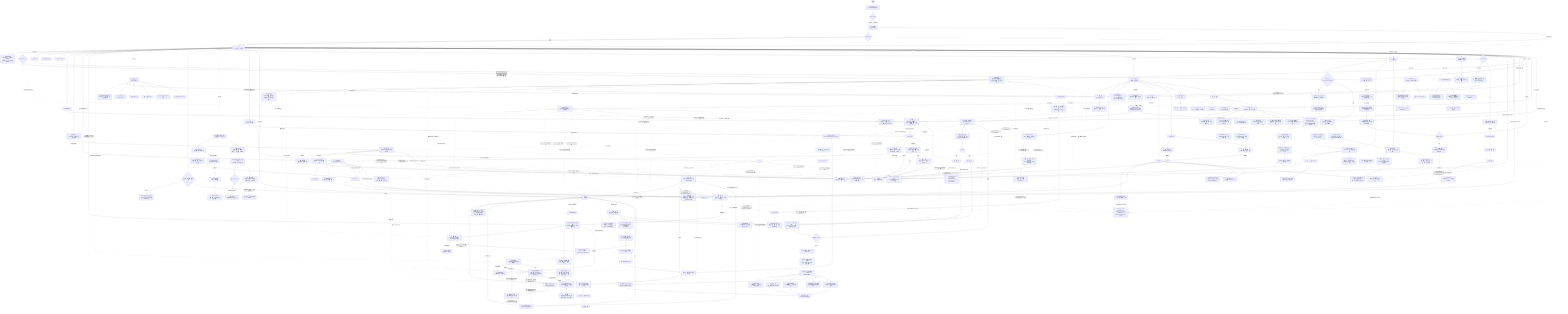
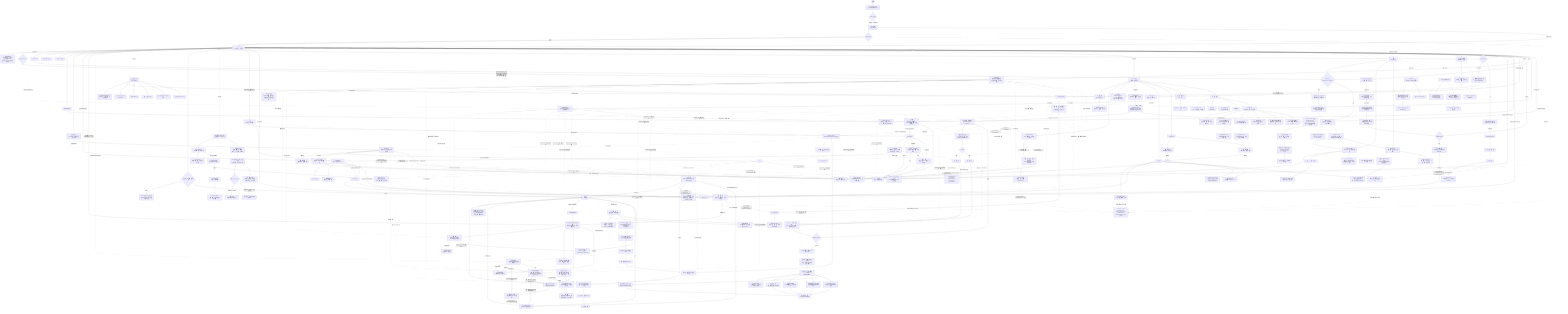
flowchart TD
    %% Visual source of truth: docs/design/WeatherON_UI_Design_Spec.md
    %% If this flowchart conflicts with mockups or the integrated design spec, follow the mockup/spec.
    A([앱 실행]) --> LANG["기기 언어 자동 적용<br/>ko/ja/en 지원 · 미지원 시 en"]
    LANG --> B{최초 실행 여부}
    B -->|최초 실행| SPLASH["A1 스플래시<br/>브랜드 1회 노출"]
    SPLASH --> TOKEN{유효 계정 토큰?}
    TOKEN -->|없음| D["홈<br/>(Guest 모드 · 하단 탭)"]
    TOKEN -->|있음| D
    TOKEN -.->|계정·권한·구독 복원| SESSION["SESSION STATE<br/>accountLinked · permissionReady · locationReady · premiumActive"]
    TOKEN -.->|설정 복원| SETTINGS["SETTINGS STATE<br/>styleProfileSaved · selectedStyles · fit · age · locationManaged<br/>smartCareEnabled · alert toggles"]
    SPLASH -->|프리뷰 홈 이동| D
-     D --> NAV3["현재 런치 표면<br/>하단 탭 H1 홈 · G1 출발 · M1 MY<br/>확장 라우트는 구현 보존 · 런치 숨김"]
+     D --> NAV3["현재 런치 표면<br/>하단 탭 H1 홈 · C1 코디 · G1 출발 · M1 MY<br/>확장 라우트는 구현 보존 · 런치 숨김"]
    D --> AUTHGATE{계정 필요 기능 탭?}
    AUTHGATE -->|계정 연결·코디 저장·옷장 저장·장소 저장·알림 추가·여행 저장·프리미엄·Weather Note 작성·날씨 제보 저장| AUTH2["A2 계정 연결<br/>계정 환경 기반 자동추천<br/>국가 선택 미노출 · 다른 방법 보기"]
    AUTH2 --> AUTH2s["계정 연결 상태<br/>(Route State에 호출 액션 유지<br/>검증용 정보는 실제 UI 비노출)"]
    AUTH2 -->|로그인 수단 선택| AUTH3["A3 약관 동의<br/>(필수 3종 + 선택 1종)"]
    AUTH2 -->|나중에| D
    AUTH3 -->|동의하고 계속| AUTH3s["계정 설정 완료<br/>(필수 약관 완료 · 원래 기능 복귀 예정)"]
    AUTH3 -->|일반 계정 연결 완료| D
    AUTH3s -.->|accountLinked 유지| SESSION
    AUTH3s -.->|실제 구현 원래 액션 복귀| AUTHGATE
    AUTH3s -.->|pendingAction=프리미엄 진입| SUB
    AUTH3s -.->|returnTo=P1 · resumeSave| P1s
    D -->|선택 온보딩| C[온보딩 시작]
    C --> CSTART["O1 선택 온보딩 스플래시<br/>(온보딩 시작 / 홈으로)"]
    CSTART -->|온보딩 시작| C0["온보딩 소개<br/>(4대 기능 한눈 비교 + 기능별 상세 안내)"]
    CSTART -->|홈으로| D
    C0 -->|알림 기준 보기| C4
    C2["O3 권한 복구<br/>(설정 진입 시 필요한 권한만 재요청)"]
    C2 -->|허용 또는 나중에 설정| C2s
    C2 -->|위치 거부| C1d["위치 거부 상태<br/>검색 위치·앱 내 안내 유지"]
    C2 -->|알림 거부| C2d["알림 거부 상태<br/>푸시 제한 · M2/M3에서 재요청"]
    C2s -.->|locationReady · permissionReady 유지| SESSION
    C2s -.->|기능별 권한 복구 완료| AUTH3s
    C3["스타일 태그·코디 핏·추천 연령대 선택<br/>(MVP 온보딩 제외 · MY 설정 진입 전용)"]
    C3 --> C3s["추천 기준 상태<br/>(태그 수 · 핏 · 연령대 · READY/WAIT)"]
    C3s -.->|styleProfileSaved · selectedStyles · fit · age| SETTINGS
    C4["O5 스마트 알림 기준 설정<br/>(주 사용 상황 1개 선택 + 자동 적용 요약)"]
    C4 --> C4s["알아서 챙기기 상태<br/>(상황 · 필수 날씨 ON · 목적지 확장 예정)"]
    C4s --> C5{목적지 등록 선택}
    C5 -->|건너뛰기| D
    C5 -->|등록| C6["O6 목적지 등록<br/>(선택 설정 + 목적지 알림 기준 세분화)"]
    C6 -->|목적지 등록| I
    B -->|기존 사용자| SPLASH

    D --> D1[현재 날씨 정보 표시]
    D --> D2["시간별 / 주간 예보"]
    D --> D3[위치 검색 · 변경]
    D3 --> D3s["LOCATION STATE<br/>선택 위치 · 검색어 · Guest 임시 검색 · 계정 저장 상태"]
    D3s -.->|새 위치 저장| AUTH2
    AUTH3s -.->|returnTo=H2 · 위치 저장 완료| D3s
    D3s --> D
    D --> D0s["홈 상태 요약<br/>(Guest 열람 · 위치 정상 · 알림 설정 전)"]
    D0s -->|알림 설정 전 탭| C2
    D -->|홈 코디 추천 카드 탭| E1
    D -->|홈 목적지 quick-action<br/>목적지 있음 G2 · 없음 P1| P1
    D -.->|목적지 허브 확장 · 런치 숨김| P3
    D -.->|벨 아이콘| K["알림 사이드바<br/>(우측 슬라이드)"]
    K --> Ks["NOTIFICATION STATE<br/>선택 알림 · 읽음/미읽음 · 딥링크 대상"]
    K -->|우산 추천 알림 탭| F

    D --> D4{강수 확률 높음?}
    D4 -->|예 + 미확인| D5["홈 화면에 우산 추천 카드 표시<br/>(실시간 의사결정 카드)"]
    D5 --> D5a["우산 추천 푸시/알림 이력<br/>(H3에 보관)"]
    D5 -->|카드 탭 · umbrellaSignalReviewed| F[우산 추천 상세 화면]
    F --> F1["추천 이유 · 시간대별 강수확률<br/>(강수량 · 지속시간 · 풍속 기준)"]
    F1 --> F2[우산 종류 비교]
    F2 --> Fs["UMBRELLA STATE<br/>추천 우산 · 강수 시간 · 알림 설정 전/준비"]
    F2 -.->|알림 설정 바로가기<br/>returnTo=H4 · alertFocus=umbrella| M2b
    M2b -.->|뒤로 · 알림 준비 반영| F2
    F -.->|열람 후 홈 복귀| D5b["홈 우산 카드는 숨김<br/>H3 알림 이력은 유지"]
    D5b --> D
    D4 -->|아니오| D

    D4 -->|예| D4a["강수 임박 필수 알림 발송<br/>(시작 시각 · 강도 · 그칠 시각)"]
    D4a -->|푸시알림 탭| D4b[강수 타임라인 화면]
    D4b --> D4c["30분 단위 강수량 차트"]
    D4c --> D4d[외출 가이드]
    D4d --> D4s["RAIN STATE<br/>시작/종료 시각 · 그침 알림 ON/OFF"]
    D4d -.->|알림 설정 바로가기<br/>returnTo=H5 · alertFocus=rain| M2c
    M2c -.->|뒤로 · 그침 알림 준비 반영| D4d

    D --> D6{알림 발송 시 목적지 등록 여부}
    D6 -->|미등록| D6a["Mode A: 생활 루틴 통합 알림<br/>(출근/외출 준비 + 자기 전 체크 자동 발송)"]
    D6 -->|등록함| I

    K --> K1["오늘의 외출 준비 알림<br/>(Mode A/B)"]
    K --> K2[비 예보 사전 알림]
    K --> K3["출발 · 신발 추천 알림"]
    K --> K4["자기 전 내일 날씨·코디 확인 알림"]
    K --> K5["폭염·한파·강풍 특보 알림"]

    D -.->|제보 버튼| CWR["커뮤니티 날씨 제보 CWR<br/>(홈 화면 · v2.0 · 독립 기능)"]
    CWR --> W1["W1 날씨 제보 홈<br/>(주변 제보 카드 · 보조 CTA)"]
    W1 --> W1s["CWR STATE<br/>미확정 주변 제보 · 상세 확인 · W2 진입"]
    W1 -->|지금 날씨 제보하기| W2["W2 탭 제보 화면<br/>(날씨 선택 · GPS 자동)"]
    W2 --> W2s["REPORT STATE<br/>선택 대기 · 위치 권한 · Guest/계정 제보 · 완료 처리"]
    W2s -.->|위치 권한 필요 · pendingAction=날씨 제보 저장| C2
    W2s -.->|배지/이력 저장| AUTH2
    C2s -.->|returnTo=W2 · GPS 제보 준비| W2s
    AUTH3s -.->|returnTo=W2 · 배지/이력 반영| W2s
    W2 -->|제보하기| W3["W3 제보 완료<br/>(신뢰도 · 배지 갱신)"]
    W3 --> W3s["BADGE STATE<br/>확정 제보 · 홈 오버레이 · 기여 레벨"]
    M --> W4["W4 제보 이력<br/>(MY · 반영 리포트)"]
    W4 --> W4s["HISTORY STATE<br/>제보 기록 · 확정률 · 지역 랭킹"]
    CWR --> CWR1["현재 날씨 선택<br/>☀ 맑음 · ⛅ 흐림 · 🌧 비 · 🌨 눈 · 💨 강풍 · 🌩 천둥번개"]
    CWR1 --> CWR2["GPS 위치 자동 감지 → 제보 완료<br/>(3초 이내 · 자동 만료 60분)"]
    CWR2 --> CWR3{신뢰도 검증 알고리즘}
    CWR3 -->|반경 500m · 3건 미만| CWR4["소프트 표시<br/>'주변 N명이 날씨 제보 중 👀'"]
    CWR3 -->|반경 500m · 3건 이상 + 기상청 정합| CWR5["확정 제보 → 홈 화면 오버레이 표시"]
    CWR2 --> CWR6["기여 배지 업데이트<br/>(새싹 → 관측자 → 리포터 → 동네 관측왕 → 날씨 도우미)"]

    D -->|하단 코디 탭 · 비공개 테스트 포함| E["코디<br/>(정식 출시 후보 포함)"]
    E -->|내 옷장 관리 탭| E0[내 옷장 관리]
    E0 --> E0s["옷장 상태<br/>(아이템 수 · 필터 · Guest/계정 저장 상태 · 옷 추가)"]
    E0s -->|추천으로 복귀| E1
    E0 -->|+ 옷 등록| E0a["옷 등록<br/>(사진 · 카테고리 필수)"]
    E0 -.->|Guest 옷 추가·수정| AUTH2
    E0a --> E0a1["등록 상태<br/>(사진 선택 · 카테고리 · Guest/계정 저장 상태 · 저장 가능/대기)"]
    E0a1 -.->|Guest 옷 저장| AUTH2
    AUTH3s -.->|returnTo=C3 · 옷 저장 완료| E0a1
    E0a1 -->|저장 완료 후 옷장 복귀| E0
    E0 -->|아이템 탭| E0b["옷 목록 · 수정 · 삭제<br/>(수정은 C3 패턴 · 삭제 후 재계산)"]
    E0b -->|수정| E0a
    E0b -->|삭제| E0c
    E0 -->|등록 옷 없음| E0c["옷장 빈 상태<br/>(첫 옷 등록 CTA + 기본 룰 추천 안내)"]
    E0c --> E0a
    E --> E1["AI 코디 추천<br/>(날씨 근거형 Style Card)"]
    E1 --> E1s["추천 기준 상태<br/>(옷장 매칭 · 스타일 기준 · 저장 계정 필요)"]
    E1s -->|기준 수정 · returnTo=C1| C3
    C3 -.->|returnTo=C1 · styleProfileSaved| E1s
    E1s -.->|저장 계정 필요| AUTH2
    AUTH3s -.->|returnTo=C1 · 코디 저장 완료| E1s
    E1 --> E1a[추천 이유 설명]
    E1 --> E1b["대화형 재추천<br/>(채팅으로 스타일 요청)"]
    E1 -->|셔플 · outfitVariant 토글| E1s
    E1s -->|홈 복귀 · outfitVariant 유지| D
    E1 -->|코디 카드·상세 보기 탭| E2[코디 상세 보기]
    E2 -->|뒤로| E1
    E2 --> E2s["상세 상태<br/>(실제 의류 Outfit Hero · 시간대 착용 판단 · 재추천 반영 · 저장 전 · 공유 준비)"]
    E2s -->|C1 복귀 · outfitVariant 전달| E1
    E2s -->|홈 복귀 · outfitVariant 유지| D
    E2s -.->|저장 계정 필요| AUTH2
    E2 --> E3[코디 저장 / 공유]
    E3 -.->|계정 미연결 시 저장 탭| AUTH2
    AUTH3s -.->|returnTo=C4 · 코디 저장 완료| E2s

    D -->|하단 출발 탭| I["출발<br/>(하단 탭)"]
    I --> I0["오늘 알아서 챙기는 중<br/>(저장 목적지 요약 + 출발/신발/우산)"]
    I --> I0e["목적지 없음 empty state<br/>목적지 추가 CTA + 출발 시간 · 비 그침 이점 카드<br/>장식은 낮은 대비로 보조"]
    I0 --> I0s["출발 상태<br/>(목적지 수 · 케어 ON 수 · 케어 적용 범위 · G2/P1 연결)"]
    I -->|목적지 카드 탭| G2["G2 목적지 알림 상세<br/>(날씨 비교 + 출발시간 역산)"]
    G2 -->|뒤로| I
    G2 --> G2s["케어 상태<br/>(GUEST/PERM/READY/ON + 다음 알림 요약)"]
    G2s -->|G1 목록으로| I
    G2s -->|알림 설정<br/>returnTo=G2 · alertFocus=destination| M2b
    G2s -.->|Guest 케어 ON · returnTo=G2| AUTH2
    G2s -.->|알림 권한 확인 · returnTo=G2| C2
    AUTH3s -.->|returnTo=G2 · destination 유지| G2s
    C2s -.->|returnTo=G2 · resumeCare| G2s
    M2b -.->|뒤로 · 목적지 컨텍스트 유지| G2s
    G2s -->|ON 저장| I4
    G2s -.->|공유 케어 상태 반영| I0
    I -->|검색창·+ 목적지 추가| I1[목적지 검색 · 추가]
    I1 --> P1["목적지 입력 · 카테고리 자동 인식<br/>(회사/학교/공항/숙소 + 장소 카테고리)"]
    P1 --> P1s["추가 상태<br/>(검색 결과 수 · 선택됨 · Guest/계정 저장 상태)"]
    P1s -->|검색 결과 없음| P1e["검색 없음 상태<br/>(전체 보기 · 재검색)"]
    P1s -.->|Guest 영구 저장| AUTH2
    P1s -->|계정 연결 후 목적지 알림에 추가| P1save["Saved Destination List<br/>(G1/P3 공통 목록 + Destination Care State ON)"]
    P1save --> I
    P1save -.-> P3
    P1 --> I2["출발지 vs 목적지 날씨 비교<br/>(기온 · 날씨 · 바람 · 강수 차이)"]
    I2 --> I3["출발시간 역산<br/>(이동수단 선택 + 도착 희망 직접 입력 − 소요시간 − 자동 여유시간)"]
    I3 --> I4["Mode B: 목적지 알림<br/>(출발 · 신발 · 우산 알림 자동 조정)"]
    I4 --> I5["출발 10분 전 신발 추천 알림"]
    I5 --> I6[출발 시각 알림]
    P1 --> P2["카테고리 전용 준비 가이드<br/>(등록 목적지 기반 확장)"]
    P2 --> P2s["준비 가이드 상태<br/>(등록 목적지 기준 · G2/P3 연결)"]
    P2s -->|목적지 알림 보기 · selectedDestination 유지| G2
    P2s -->|다른 목적지 보기 · 필터 목록 복귀| P3
    I -.->|런치 숨김 · 확장 허브| P3["목적지 필터<br/>(카테고리별 목적지 알림/준비 가이드)"]
    P3 -->|필터 결과 없음| P3e["빈 카테고리 상태<br/>(목적지 추가 · 전체 보기)"]
    P3e -->|목적지 추가| P1
    P3e -->|전체 보기| P3
    P3 -->|목적지 카드 탭| P3a["목적지 상세 상태<br/>(날씨 비교 + 준비 가이드 + 계정/권한 gate + 목적지 알림 ON/OFF)"]
    P3a -->|선택 목적지·상태 유지해 준비 가이드 보기| P2
    P3a -->|선택 목적지·상태 유지해 출발 케어 상세| G2
    P3a -.->|Guest 케어 저장| AUTH2
    P3a -.->|알림 권한 확인| C2
    AUTH3s -.->|returnTo=P3 · 선택 목적지 유지| P3a
    C2s -.->|returnTo=P3 · 권한 상태 반영| P3a
    P3a -->|뒤로| P3
    P3a -->|ON 저장| I4
    P3a -.->|공유 케어 상태 반영| I0

    I -.->|런치 숨김 · 확장| I7["G3 여행 일정<br/>(출발 탭 내 · 여행 플래너)"]
    I7 --> I7s["여행 플래너 상태<br/>(프리미엄 활성 · 공유 준비 · 미구독 시 G6)"]
    I7s -.->|미구독 CTA · returnTo=G3| SUB
    SUB -.->|returnTo=G3 · 공유/일정 액션 계속| I7s
    I7 --> I7s1["Scenario 1 · 일상 이동<br/>대중교통 + 도보 혼합 → Mode A/B 알아서 챙기기"]
    I7 --> I7s2["Scenario 2 · 당일·단기 도보<br/>코스 날씨 타임라인 + WCI + 최적 출발 시점<br/>(무료 제공)"]
    I7 --> I7s3["Scenario 3 · 장거리 국토종주<br/>서울→부산, 도쿄→오사카 등<br/>(프리미엄 전용)"]

    I7s2 --> G4C["G4 도보여행 코스 선택<br/>(한국 코스 DB : 올레길·둘레길 등)"]
    G4C --> G4T["구간별 시간대 날씨 타임라인 (F2)"]
    G4T --> G4W["도보 컨디션 지수 WCI (F3)"]
    G4W --> G4O["날씨 창 + 최적 출발 시점 추천 (F4)"]
    G4O --> G4S["COURSE STATE<br/>(GUEST/PERM/READY/LIMIT/ON)"]
    G4S -.->|Guest 코스 저장| AUTH2
    G4S -.->|알림 권한 확인| C2
    G4S -.->|무료 2개 초과| SUB
    AUTH3s -.->|returnTo=G4 · 선택 코스 유지| G4S
    C2s -.->|returnTo=G4 · 권한 상태 반영| G4S
    SUB -.->|returnTo=G4 · 프리미엄 활성| G4S
    G4S --> G4M["코스 저장 + D-7 날씨 모니터링 (F5)"]
    G4M -.-> G4R["위험 기상 경보 (F6)"]

    I7s3 --> AI_GATE{프리미엄 구독 여부}
    AI_GATE -->|미구독| SUB["G6 프리미엄 구독 페이월<br/>월간 ₩2,900 / 연간 ₩19,900"]
    SUB --> SUB1["깊이 분리 모델 안내<br/>(기능 동일 · 무료=기본 · 프리미엄=한도 확대+개인화)"]
    SUB1 --> SUB2{구독 선택}
    SUB2 -->|월간| SUB3[월간 결제 완료]
    SUB2 -->|연간| SUB4[연간 결제 완료]
    SUB3 -.->|premiumActive 유지| SESSION
    SUB4 -.->|premiumActive 유지| SESSION
    SUB3 --> I7s3
    SUB4 --> I7s3

    AI_GATE -->|구독 중| AI1["G5 국토종주 AI 플래너 (F8 · Premium)"]
    AI1 --> AI2["출발지 → 목적지 + 여행 일수 입력<br/>(서울→부산, 도쿄→오사카 등 자유 설정)"]
    AI2 --> AI3["AI 모델 — 구간별·일자별 날씨 분석<br/>(최대 14일 예보)"]
    AI3 --> AI3s["AI PLAN STATE<br/>(프리미엄 활성 · 알림 권한 · 저장/공유 상태)"]
    AI3 --> AI4["날짜별 날씨 요약<br/>기온·강수확률·체감온도·바람"]
    AI3 --> AI5["일자별 코디 추천<br/>기온 레이어링 + 우산 필요 여부"]
    AI3 --> AI6["전체 짐 체크리스트 자동 생성<br/>방수 장비·옷 조합·보조 배터리 등"]
    AI3 --> AI7["날씨 악화 구간 경보<br/>일정 조정 또는 대피 숙박지 제안"]
    AI3 --> AI8["예보 업데이트 시 재분석 알림<br/>(여정 중 기상 변화 즉시 반영)"]
    AI8 -.->|권한 전 · returnTo=G5| C2
    C2s -.->|returnTo=G5 · AI 플랜 알림/저장 계속| AI1
    AI4 & AI5 & AI6 & AI7 & AI8 --> AI9["AI 플랜 저장 · 공유<br/>(SAVED/SHARED 상태)"]

    D -->|하단 MY 탭| M["M1 MY 메인<br/>(하단 탭 · 설정 허브)"]
    D -.->|소셜 확장 · 런치 숨김| S["소셜<br/>(ON Square)"]
    M --> M0["PROFILE STATE<br/>Guest/계정 연결 · 플랜 · 최근 선택"]
    M --> MTONE["MY 상태 톤<br/>blocking=확인 · non-blocking=설정/정보<br/>Gold는 ON/활성/CTA 중심"]
    M0 -.->|Guest 계정 필요 액션| AUTH2
    M0 -->|스타일 태그 설정 · returnTo=M1| C3
    C3 -.->|returnTo=M1 · styleProfileSaved| M0
    M -->|프로필 편집| A4m["A4 계정 관리<br/>(연결 계정 · 데이터 · 위험 액션)"]
    A4m --> A4s["ACCOUNT STATE<br/>연결 계정 · 구독 활성 · 데이터 내보내기 · 위험 액션 확인"]
    A4s -->|구독 관리 · returnTo=A4| SUB
    A4s -->|로그아웃/탈퇴 확정| SIGNOUT["SESSION STATE 해제<br/>accountLinked=false · premiumActive=false<br/>계정 기반 저장/케어 데이터 초기화"]
    SIGNOUT -->|Guest 홈 복귀| D
    M --> M2[알림 설정]
    M2 --> M2a["스마트 알림 ON/OFF<br/>(권한 · 발송 상태 태그 2개)"]
    M2 --> M2q["빠른 액션<br/>(권한 관리 · 테스트 알림)"]
    M2 --> M2b["알림 종류 3행<br/>(필수 날씨 · 생활 루틴 · 목적지 출발)"]
    M2 --> M2c["고급 설정<br/>(세부 토글 · 피로도 제한 접힘)"]
    M2a & M2b & M2c -.->|스마트 알림/고급 토글 유지| SETTINGS
    M2 --> M2x["SHORTCUT CONTEXT<br/>(H4/H5/G2 진입 시 우산·비·목적지 알림 맥락 표시)"]
    M2q -->|권한 관리 · returnTo=M2| C2
    C2s -.->|returnTo=M2 · 알림 설정 복귀| M2q
    M2b -->|목적지 미등록| P1
    M2b -.->|목적지 저장/발송은 계정 필요| AUTH2
    AUTH3s -.->|returnTo=M2 · 알림 설정 복귀| M2b
    M --> M4["앱 권한 관리"]
    M4 --> M4a["위치 권한 상태<br/>(현재 위치 · 수동 위치)"]
    M4 --> M4b["알림 권한 상태<br/>(스마트 알림 · 테스트 알림)"]
    M4a -->|위치 변경| H2
    M4b -->|알림 설정| M2
    SUB -.->|returnTo=M1/A4 · premiumActive| M0
    M2 --> M2e["제보 알림 구독<br/>(저장 장소 · Premium · v2.0)"]
    M --> M5["커뮤니티 제보 이력<br/>(F6 · v2.1)"]
    M5 --> M5a["제보 기록 · 확정률 · 지역 랭킹"]
    M --> Z["M3 표시 설정"]
    Z --> Zs["DISPLAY STATE<br/>온도 · 거리 · 테마 · 투명 효과"]
    Z --> Z1["단위 설정<br/>(섭씨, m/km)"]
    Z --> Z3[테마 설정]
    Z --> R1["R1 정책 허브<br/>(개인정보 · 약관 · 광고 설정)"]
    R1 --> R1s["POLICY STATE<br/>선택 정책 · 문서 허브 · 설정 재진입"]
    R1 --> R2["R2 개인정보처리방침<br/>(광고 SDK · 위치정보 · 이용자 권리)"]
    R2 --> R2s["DOCUMENT STATE<br/>문서 타입 · 섹션 수 · A3 약관 동일 본문"]
    R1 --> R3["R3 광고 동의 관리<br/>(UMP · 맞춤/비개인화 광고)"]
    R3 --> R3s["CONSENT STATE<br/>동의 대기 · 맞춤 광고 · 비개인화 · 옵션 확인"]
    R1 --> R5["R5 이용약관<br/>(서비스 범위 · 회원/게스트 · 면책)"]
    R1 --> R6["R6 위치기반서비스 이용약관<br/>(현재 위치 · 목적지 · 동의 철회)"]
    R1 --> R7["R7 오픈소스 라이선스<br/>(SDK · 패키지 라이선스 고지)"]
    D --> R4["R4 홈 광고 배치<br/>(네이티브 AD 슬롯)"]
    R4 --> R4s["AD STATE<br/>AD 라벨 · 구분선 · 클릭/노출 상태"]

    %% ── 소셜 확장 · ON Square (런치 숨김) ─────────────────────────────────────
    S --> S0{최초 진입?<br/>ON Square Lite · 런칭 동시}
    S0 -->|최초| S0a["대표 마스코트 자동 부여<br/>원소 컴패니언 6종 미리보기"]
    S0a --> S0s["ON SQUARE STATE<br/>최초 진입 · 대표 부여 · 선택 컴패니언 미리보기"]
    S0s --> S1
    S0 -->|기존| S1["내 ON Square<br/>(오늘 미션 · 대표 마스코트 · 동행 컴패니언)"]
    S1 --> S1q["오늘의 날씨 미션<br/>체크인 · 제보 · 공감 중 1개 추천"]
    S1 --> S1m["대표 마스코트 상태 합성<br/>Base Idle + Weather + Event One-shot"]
    S1q --> S1a["1탭 체크인 → 컴패니언 반응 · XP/포인트 즉시 반영<br/>(폭우 → Rain / 35°C↑ → Solar 등)"]
    S1 --> S1s["SQUARE STATE<br/>오늘 미션 · 체크인 · 동네 도움 지표 · Note/리액션 진입"]
    S1a --> S1b["희귀 기상 이벤트 → 레어 배지 드랍"]

    S --> S2["Weather Note 지도<br/>(ON Square 도시 맵 위 실황 핀)"]
    S1s --> S2
    S2 --> S2a["핀 작성 — 날씨 + 로컬 메모 입력<br/>(GPS 위치 자동 태그 · 24시간 후 만료)"]
    S2a -.->|Guest 작성 탭| AUTH2
    S2a -.->|위치 권한 필요| C2
    AUTH3s -.->|returnTo=S2 · 작성 준비 완료| S2a
    C2s -.->|returnTo=S2 · 위치 제보 준비| S2a
    S2 --> S2b["핀 읽기 → '도움됨' 1탭 반응"]
    S2 --> S2s["NOTE STATE<br/>읽기 가능 · 작성 계정 필요 · 위치 제보 권한 필요 · 도움 지수"]
    S2b --> S2c["도움됨 누적 → 지역 도움 지수 상승 · 포인트 피드백"]
    S2 -.-> S2d["CWR(커뮤니티 날씨 제보)와 연계"]

    S --> S3["날씨 리액션<br/>(익명 연대 · 동일 날씨 유저 대상)"]
    S1s --> S3
    S3 --> S3a["현재 날씨 기반 리액션 자동 생성<br/>(폭우 '다들 고생중' / 폭염 '더위 연대' 등)"]
    S3a --> S3b["1탭 공감 → 익명 집계 + 컴패니언 보상 피드백<br/>'이 도시 N명이 같은 날씨 중'"]
    S3 --> S3s["REACTION STATE<br/>도시 선택 · 공감 전/완료 · 익명 동행 · 보상 반영"]

    S -.->|출시 후 v1.1| S4["Weather Mail<br/>(날씨 조건 트리거 타임캡슐)"]
    S4 --> S4a["메일 작성 + 수신 조건 설정<br/>(예: '다음 폭설 날 도착' / '1년 후 오늘')"]
    S4a --> S4b["날씨 API 트리거 → 조건 충족 시 자동 발송"]
    S4 --> S4c["받은 Weather Mail 보관함"]

    S -.->|출시 후 v1.1| S5["CP 적립 현황 / 아이템샵"]
    S5 --> S5a["CP 잔액 · 적립 내역<br/>(날씨 체크인 · Weather Note · 리액션 기여)"]
    S5 --> S5b["코스메틱 아이템샵<br/>(캐릭터 스킨 · 배지 · 이모트 · Pay-to-Win 없음)"]
    S5b --> S5c["CP 사용 또는 무료 획득 아이템 선택"]
